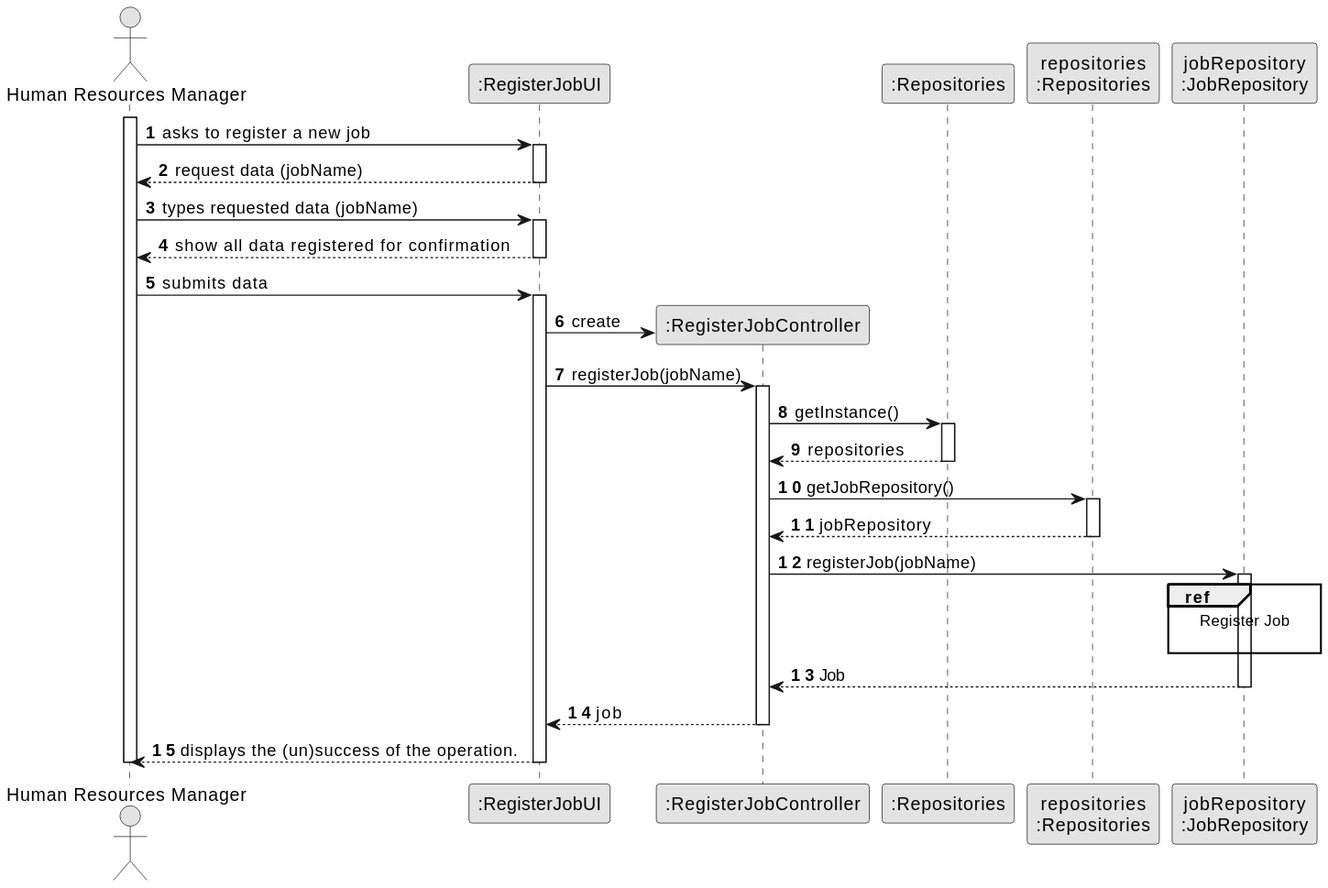
This is docs/sprintB/us002/03.design/svg/us002-sequence-diagram-split.svg from SAEmanuel/Green_Spaces_Management_ISEP, a PlantUML export, as it was before one commit.
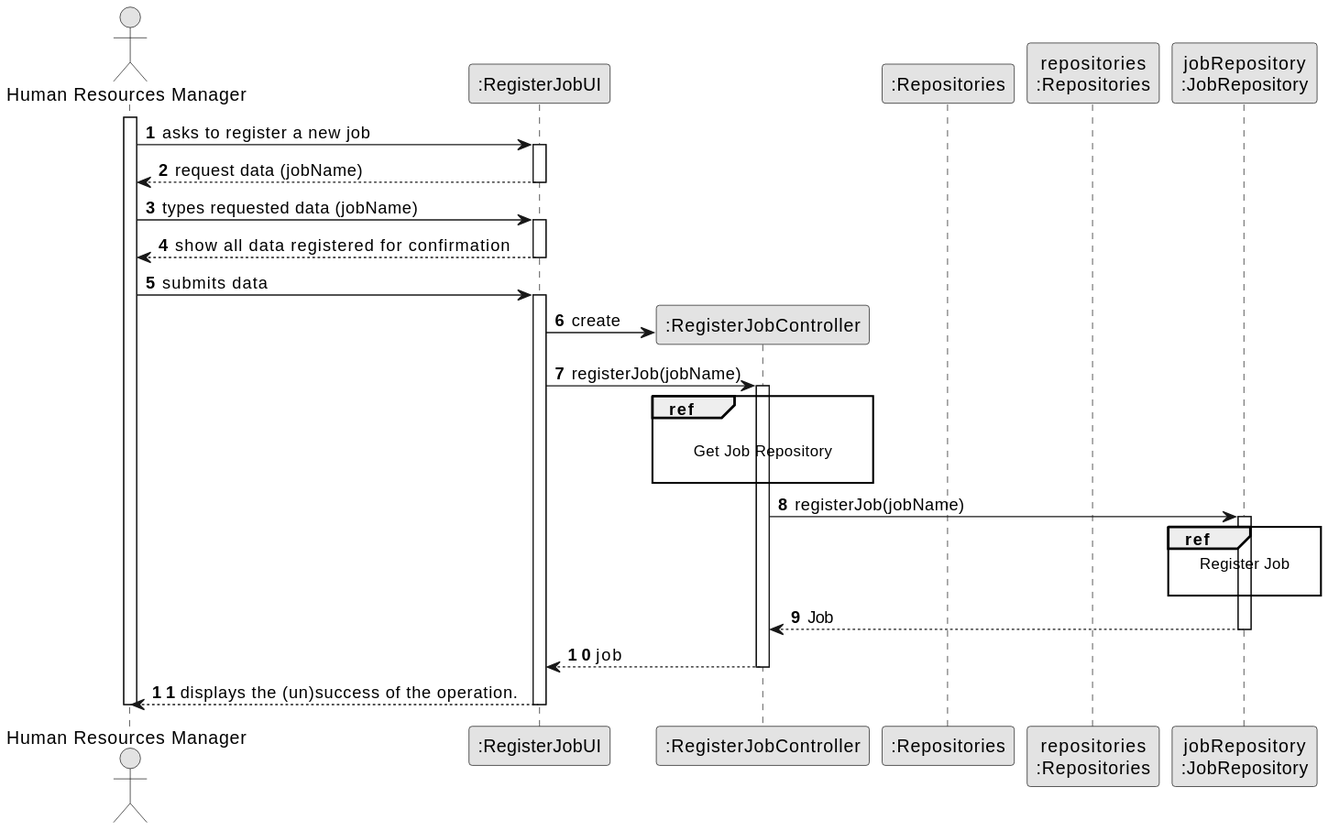
After the change.

What changed in the source:
```diff
@@ -39,17 +39,11 @@
         UI -> CTRL : registerJob(jobName)
         activate CTRL
 
-            CTRL -> RepositorySingleton : getInstance()
-            activate RepositorySingleton
+          ref over CTRL
 
-            RepositorySingleton --> CTRL: repositories
-            deactivate RepositorySingleton
+          Get Job Repository
 
-            CTRL -> PLAT : getJobRepository()
-            activate PLAT
-
-            PLAT --> CTRL: jobRepository
-            deactivate PLAT
+          end
 
 
 
```
